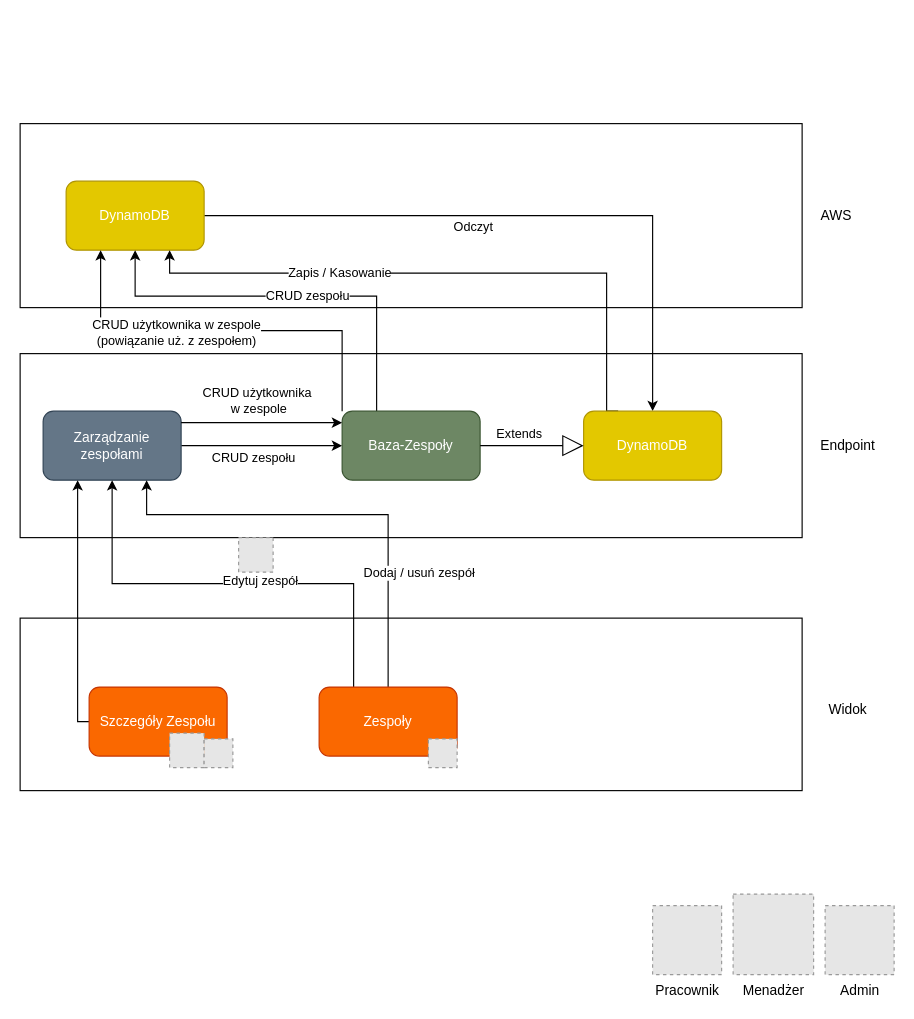
Earlier version of the draw.io diagram page "Zespoły" (2 of 3) of Logowanie/ZarządzanieUrzytkownikami.drawio (Drucia/AWS-Rzeczy). Source tidied: cells renumbered, new cells numbered last; positions are measured from the earlier drawing's top-left corner, leaving out a move shared by most shapes. Both pictures are drawn from the tidied source at 115%, with x=0, y=0 at pixel (20, 123). Pictures stored in the file or linked from it are replaced by grey dashed boxes.
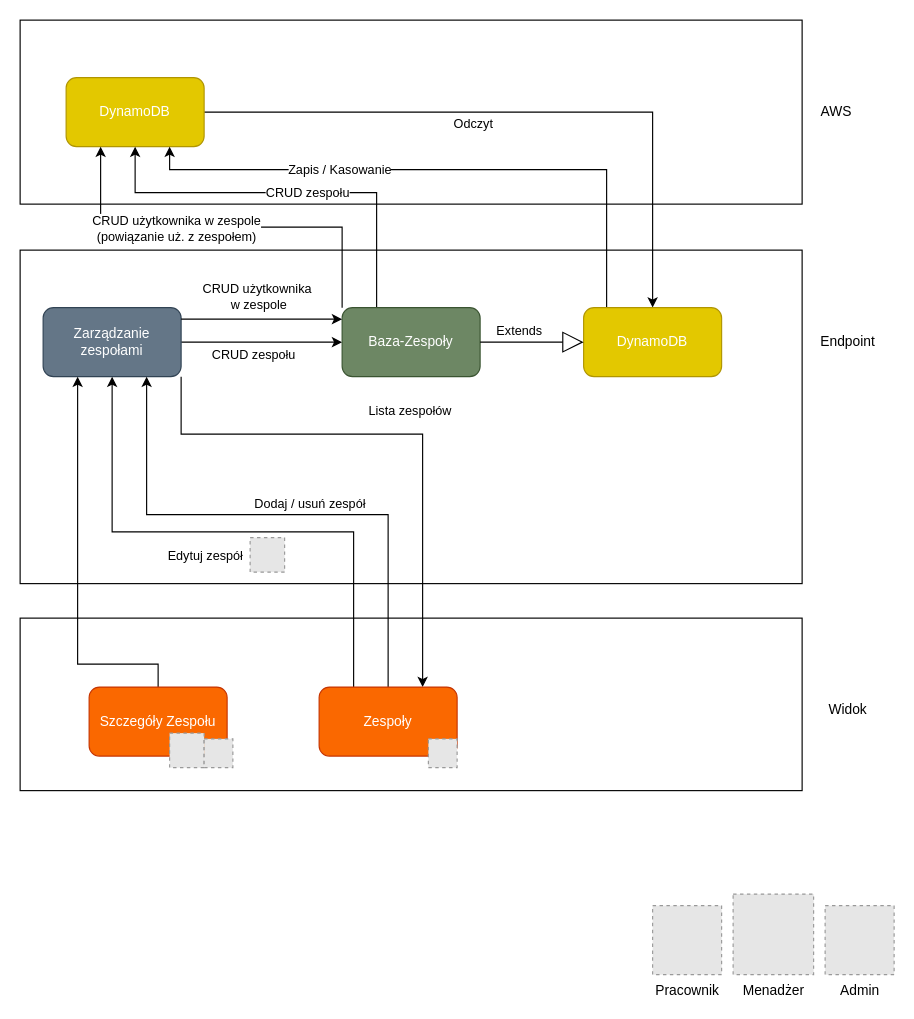
Above is the later version.

Unchanged cells that the change refers to:
```xml
<mxCell id="14" style="edgeStyle=orthogonalEdgeStyle;rounded=0;jettySize=auto;html=1;exitX=0.5;exitY=0;exitDx=0;exitDy=0;entryX=0.75;entryY=1;entryDx=0;entryDy=0;fillColor=#ffffff;" parent="1" edge="1" source="18" target="10">
  <mxGeometry relative="1" as="geometry">
    <Array as="points">
      <mxPoint x="320" y="340" />
      <mxPoint x="110" y="340" />
    </Array>
  </mxGeometry>
</mxCell>
<mxCell id="16" style="edgeStyle=orthogonalEdgeStyle;rounded=0;jettySize=auto;html=1;exitX=0.25;exitY=0;exitDx=0;exitDy=0;entryX=0.5;entryY=1;entryDx=0;entryDy=0;fillColor=#ffffff;" parent="1" edge="1" source="18" target="10">
  <mxGeometry relative="1" as="geometry" />
</mxCell>
<mxCell id="18" value="Zespoły" style="rounded=1;whiteSpace=wrap;html=1;fillColor=#fa6800;strokeColor=#C73500;fontColor=#ffffff;" parent="1" vertex="1">
  <mxGeometry x="260" y="490" width="120" height="60" as="geometry" />
</mxCell>
<mxCell id="34" value="Szczegóły Zespołu" style="rounded=1;whiteSpace=wrap;html=1;fillColor=#fa6800;strokeColor=#C73500;fontColor=#ffffff;" parent="1" vertex="1">
  <mxGeometry x="60" y="490" width="120" height="60" as="geometry" />
</mxCell>
```

Change to the diagram source:
```diff
@@
     <mxCell id="2" style="rounded=0;whiteSpace=wrap;html=1;" parent="1" vertex="1">
-      <mxGeometry width="680" height="160" as="geometry" />
+      <mxGeometry y="-90" width="680" height="160" as="geometry" />
     </mxCell>
     <mxCell id="3" style="rounded=0;whiteSpace=wrap;html=1;" parent="1" vertex="1">
-      <mxGeometry y="200" width="680" height="160" as="geometry" />
+      <mxGeometry y="110" width="680" height="290" as="geometry" />
     </mxCell>
@@
     <mxCell id="5" value="AWS" style="text;html=1;strokeColor=none;fillColor=none;align=center;verticalAlign=middle;whiteSpace=wrap;rounded=0;" parent="1" vertex="1">
-      <mxGeometry x="690" y="70" width="40" height="20" as="geometry" />
+      <mxGeometry x="690" y="-20" width="40" height="20" as="geometry" />
     </mxCell>
     <mxCell id="6" value="Endpoint" style="text;html=1;strokeColor=none;fillColor=none;align=center;verticalAlign=middle;whiteSpace=wrap;rounded=0;" parent="1" vertex="1">
-      <mxGeometry x="690" y="270" width="60" height="20" as="geometry" />
+      <mxGeometry x="690" y="180" width="60" height="20" as="geometry" />
     </mxCell>
@@
+    <mxCell id="39" value="Lista zespołów" style="edgeStyle=orthogonalEdgeStyle;rounded=0;jettySize=auto;html=1;exitX=1;exitY=1;exitDx=0;exitDy=0;entryX=0.75;entryY=0;entryDx=0;entryDy=0;" parent="1" edge="1" source="10" target="18">
+      <mxGeometry x="0.08" y="10" relative="1" as="geometry">
+        <Array as="points">
+          <mxPoint x="140" y="270" />
+          <mxPoint x="350" y="270" />
+        </Array>
+        <mxPoint x="-10" y="-10" as="offset" />
+      </mxGeometry>
+    </mxCell>
     <mxCell id="10" value="Zarządzanie zespołami" style="rounded=1;whiteSpace=wrap;html=1;fillColor=#647687;strokeColor=#314354;fontColor=#ffffff;" parent="1" vertex="1">
-      <mxGeometry x="20" y="250" width="120" height="60" as="geometry" />
+      <mxGeometry x="20" y="160" width="120" height="60" as="geometry" />
     </mxCell>
     <mxCell id="11" style="edgeStyle=orthogonalEdgeStyle;rounded=0;jettySize=auto;html=1;exitX=1;exitY=0.5;exitDx=0;exitDy=0;entryX=0.5;entryY=0;entryDx=0;entryDy=0;" parent="1" edge="1" source="13" target="26">
       <mxGeometry relative="1" as="geometry">
         <Array as="points">
-          <mxPoint x="550" y="80" />
+          <mxPoint x="550" y="-10" />
         </Array>
       </mxGeometry>
     </mxCell>
@@
     <mxCell id="13" value="DynamoDB" style="rounded=1;whiteSpace=wrap;html=1;fillColor=#e3c800;strokeColor=#B09500;fontColor=#ffffff;" parent="1" vertex="1">
-      <mxGeometry x="40" y="50" width="120" height="60" as="geometry" />
+      <mxGeometry x="40" y="-40" width="120" height="60" as="geometry" />
     </mxCell>
@@
     <mxCell id="15" value="Dodaj / usuń zespół" style="edgeLabel;html=1;align=center;verticalAlign=middle;" parent="14" vertex="1">
       <mxGeometry x="-0.34" y="-2" relative="1" as="geometry">
-        <mxPoint x="24" y="29.2" as="offset" />
+        <mxPoint x="-61" y="-8" as="offset" />
       </mxGeometry>
     </mxCell>
@@
     <mxCell id="17" value="Edytuj zespół" style="edgeLabel;html=1;align=center;verticalAlign=middle;" parent="16" vertex="1">
-      <mxGeometry x="-0.12" y="-3" relative="1" as="geometry" />
+      <mxGeometry x="-0.12" y="-3" relative="1" as="geometry">
+        <mxPoint x="-54" y="23" as="offset" />
+      </mxGeometry>
     </mxCell>
@@
     <mxCell id="19" style="edgeStyle=orthogonalEdgeStyle;rounded=0;jettySize=auto;html=1;exitX=0.25;exitY=0;exitDx=0;exitDy=0;fillColor=#ffffff;" parent="1" edge="1" source="23" target="13">
       <mxGeometry relative="1" as="geometry">
         <Array as="points">
-          <mxPoint x="310" y="150" />
-          <mxPoint x="100" y="150" />
+          <mxPoint x="310" y="60" />
+          <mxPoint x="100" y="60" />
         </Array>
       </mxGeometry>
     </mxCell>
@@
     <mxCell id="23" value="Baza-Zespoły" style="rounded=1;whiteSpace=wrap;html=1;fillColor=#6d8764;strokeColor=#3A5431;fontColor=#ffffff;" parent="1" vertex="1">
-      <mxGeometry x="280" y="250" width="120" height="60" as="geometry" />
+      <mxGeometry x="280" y="160" width="120" height="60" as="geometry" />
     </mxCell>
     <mxCell id="24" style="edgeStyle=orthogonalEdgeStyle;rounded=0;jettySize=auto;html=1;exitX=0.25;exitY=0;exitDx=0;exitDy=0;entryX=0.75;entryY=1;entryDx=0;entryDy=0;fillColor=#ffffff;" parent="1" edge="1" source="26" target="13">
       <mxGeometry relative="1" as="geometry">
         <Array as="points">
-          <mxPoint x="510" y="130" />
-          <mxPoint x="130" y="130" />
+          <mxPoint x="510" y="40" />
+          <mxPoint x="130" y="40" />
         </Array>
       </mxGeometry>
     </mxCell>
@@
     <mxCell id="26" value="DynamoDB" style="rounded=1;whiteSpace=wrap;html=1;fillColor=#e3c800;strokeColor=#B09500;fontColor=#ffffff;" parent="1" vertex="1">
-      <mxGeometry x="490" y="250" width="120" height="60" as="geometry" />
+      <mxGeometry x="490" y="160" width="120" height="60" as="geometry" />
     </mxCell>
     <mxCell id="27" value="Extends" style="endArrow=block;endSize=16;endFill=0;html=1;fillColor=#ffffff;exitX=1;exitY=0.5;exitDx=0;exitDy=0;entryX=0;entryY=0.5;entryDx=0;entryDy=0;" parent="1" edge="1" source="23" target="26">
       <mxGeometry x="-0.25" y="10" relative="1" as="geometry">
         <Array as="points">
-          <mxPoint x="460" y="280" />
+          <mxPoint x="460" y="190" />
         </Array>
       </mxGeometry>
     </mxCell>
@@
     <mxCell id="32" style="fillColor=#E6E6E6;strokeColor=#999999;dashed=1;html=1;verticalAlign=top;verticalLabelPosition=bottom;labelBackgroundColor=#ffffff;" parent="1" vertex="1">
-      <mxGeometry x="190" y="360" width="30" height="30" as="geometry" />
+      <mxGeometry x="200" y="360" width="30" height="30" as="geometry" />
     </mxCell>
-    <mxCell id="33" style="edgeStyle=orthogonalEdgeStyle;rounded=0;jettySize=auto;html=1;exitX=0;exitY=0.5;exitDx=0;exitDy=0;entryX=0.25;entryY=1;entryDx=0;entryDy=0;fillColor=#ffffff;" parent="1" edge="1" source="34" target="10">
+    <mxCell id="33" style="edgeStyle=orthogonalEdgeStyle;rounded=0;jettySize=auto;html=1;exitX=0.5;exitY=0;exitDx=0;exitDy=0;entryX=0.25;entryY=1;entryDx=0;entryDy=0;fillColor=#ffffff;" parent="1" edge="1" source="34" target="10">
       <mxGeometry relative="1" as="geometry">
         <Array as="points">
-          <mxPoint x="50" y="520" />
+          <mxPoint x="120" y="470" />
+          <mxPoint x="50" y="470" />
         </Array>
       </mxGeometry>
     </mxCell>
@@
     <mxCell id="35" style="edgeStyle=orthogonalEdgeStyle;rounded=0;orthogonalLoop=1;jettySize=auto;html=1;exitX=1;exitY=0.5;exitDx=0;exitDy=0;entryX=0;entryY=0.5;entryDx=0;entryDy=0;" parent="1" edge="1">
       <mxGeometry relative="1" as="geometry">
-        <mxPoint x="140" y="260" as="sourcePoint" />
-        <mxPoint x="280" y="260" as="targetPoint" />
+        <mxPoint x="140" y="170" as="sourcePoint" />
+        <mxPoint x="280" y="170" as="targetPoint" />
       </mxGeometry>
     </mxCell>
```
